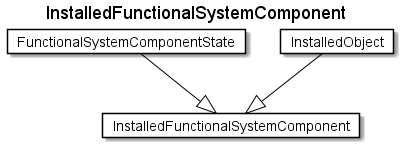
The PlantUML diagram fragments/diagrams/InstalledFunctionalSystemComponent.png in rtigran/rdf2adoc, before a commit.
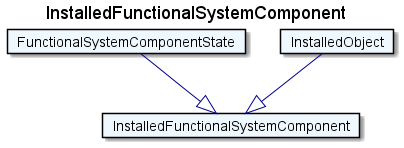
The same diagram one commit later.

What changed in the source:
```diff
@@ -1,15 +1,15 @@
 @startuml
 Title InstalledFunctionalSystemComponent
 
-Card InstalledFunctionalSystemComponent #fff [
+Card InstalledFunctionalSystemComponent #F0F8FF [
 InstalledFunctionalSystemComponent
 ]
-Card FunctionalSystemComponentState #fff [
+Card FunctionalSystemComponentState #F0F8FF [
 FunctionalSystemComponentState
 ]
-FunctionalSystemComponentState --|> InstalledFunctionalSystemComponent  #000
-Card InstalledObject #fff [
+FunctionalSystemComponentState --|> InstalledFunctionalSystemComponent  #00008B
+Card InstalledObject #F0F8FF [
 InstalledObject
 ]
-InstalledObject --|> InstalledFunctionalSystemComponent  #000
+InstalledObject --|> InstalledFunctionalSystemComponent  #00008B
 @enduml
```
